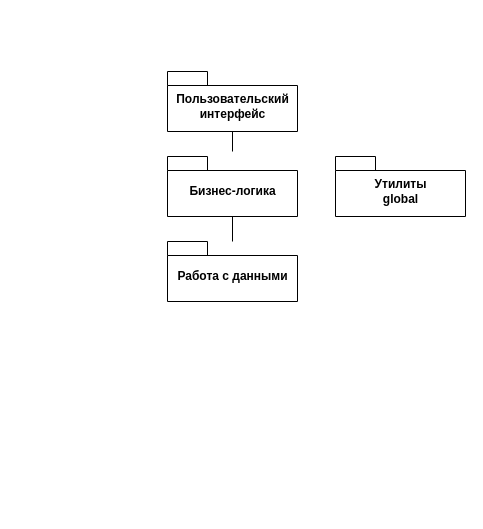
Above: DOC/DiagramPackages.drawio in toshabelof/dissertation (draw.io), before the change. Source tidied: cells renumbered, new cells numbered last; positions are measured from the earlier drawing's top-left corner, leaving out a move shared by most shapes. Both pictures are drawn from the tidied source at 100%, with x=0, y=0 at pixel (167, 71).
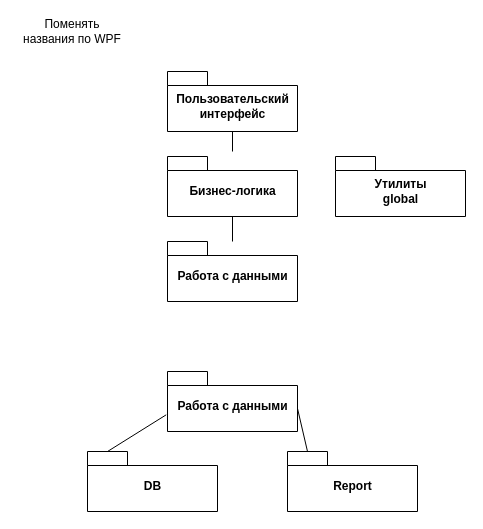
The same diagram, later.

The edit, as a diff of the source:
```diff
@@
 <mxGraphModel>
   <root>
     <mxCell id="0" />
     <mxCell id="1" parent="0" />
     <mxCell id="2" value="Пользовательский&lt;br&gt;интерфейс" style="shape=folder;fontStyle=1;spacingTop=10;tabWidth=40;tabHeight=14;tabPosition=left;html=1;" parent="1" vertex="1">
       <mxGeometry width="130" height="60" as="geometry" />
     </mxCell>
     <mxCell id="3" value="Бизнес-логика" style="shape=folder;fontStyle=1;spacingTop=10;tabWidth=40;tabHeight=14;tabPosition=left;html=1;" parent="1" vertex="1">
       <mxGeometry y="85" width="130" height="60" as="geometry" />
     </mxCell>
     <mxCell id="4" value="Работа с данными" style="shape=folder;fontStyle=1;spacingTop=10;tabWidth=40;tabHeight=14;tabPosition=left;html=1;" parent="1" vertex="1">
       <mxGeometry y="170" width="130" height="60" as="geometry" />
     </mxCell>
     <mxCell id="5" value="Утилиты&lt;br&gt;global" style="shape=folder;fontStyle=1;spacingTop=10;tabWidth=40;tabHeight=14;tabPosition=left;html=1;" parent="1" vertex="1">
       <mxGeometry x="168" y="85" width="130" height="60" as="geometry" />
     </mxCell>
     <mxCell id="6" style="endArrow=none;html=1;entryX=0.5;entryY=1;entryDx=0;entryDy=0;entryPerimeter=0;" parent="1" edge="1" target="2">
       <mxGeometry relative="1" as="geometry">
         <mxPoint x="65" y="80" as="sourcePoint" />
       </mxGeometry>
     </mxCell>
     <mxCell id="7" style="endArrow=none;html=1;entryX=0.5;entryY=1;entryDx=0;entryDy=0;entryPerimeter=0;" parent="1" edge="1" target="3">
       <mxGeometry relative="1" as="geometry">
         <mxPoint x="65" y="170" as="sourcePoint" />
       </mxGeometry>
     </mxCell>
+    <mxCell id="8" value="Поменять названия по WPF" style="text;html=1;strokeColor=none;fillColor=none;align=center;verticalAlign=middle;whiteSpace=wrap;rounded=0;" parent="1" vertex="1">
+      <mxGeometry x="-150" y="-50" width="110" height="20" as="geometry" />
+    </mxCell>
+    <mxCell id="9" value="Работа с данными" style="shape=folder;fontStyle=1;spacingTop=10;tabWidth=40;tabHeight=14;tabPosition=left;html=1;" parent="1" vertex="1">
+      <mxGeometry y="300" width="130" height="60" as="geometry" />
+    </mxCell>
+    <mxCell id="10" value="DB" style="shape=folder;fontStyle=1;spacingTop=10;tabWidth=40;tabHeight=14;tabPosition=left;html=1;" parent="1" vertex="1">
+      <mxGeometry x="-80" y="380" width="130" height="60" as="geometry" />
+    </mxCell>
+    <mxCell id="11" value="Report" style="shape=folder;fontStyle=1;spacingTop=10;tabWidth=40;tabHeight=14;tabPosition=left;html=1;" parent="1" vertex="1">
+      <mxGeometry x="120" y="380" width="130" height="60" as="geometry" />
+    </mxCell>
+    <mxCell id="12" style="endArrow=none;html=1;entryX=-0.01;entryY=0.722;entryDx=0;entryDy=0;entryPerimeter=0;exitX=0;exitY=0;exitDx=20;exitDy=0;exitPerimeter=0;" parent="1" edge="1" source="10" target="9">
+      <mxGeometry relative="1" as="geometry" />
+    </mxCell>
+    <mxCell id="13" style="endArrow=none;html=1;entryX=0;entryY=0;entryDx=130;entryDy=37;entryPerimeter=0;exitX=0;exitY=0;exitDx=20;exitDy=0;exitPerimeter=0;" parent="1" edge="1" source="11" target="9">
+      <mxGeometry relative="1" as="geometry" />
+    </mxCell>
   </root>
 </mxGraphModel>
```
